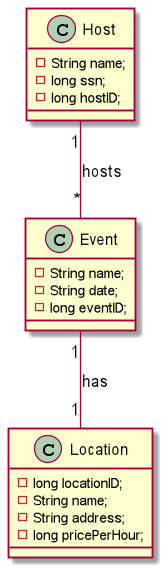
2122-5ahitm-sew/01-microproject-sknogler keeps this PlantUML diagram as asciidoc/images/cld.png. Above is the earlier version.
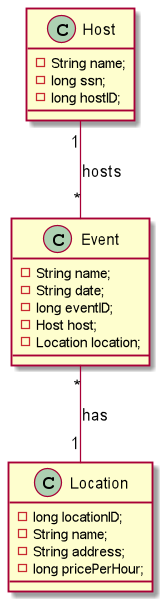
Later version of the same file.

Change to the diagram source:
```diff
@@ -4,6 +4,8 @@
   - String name;
   - String date;
   - long eventID;
+  - Host host;
+  - Location location;
 }
 
 class Host{
@@ -20,6 +22,6 @@
 }
 
 Host "1" -- "*" Event : hosts
-Event "1" == "1" Location : has
+Event "*" == "1" Location : has
 
 @enduml
```
